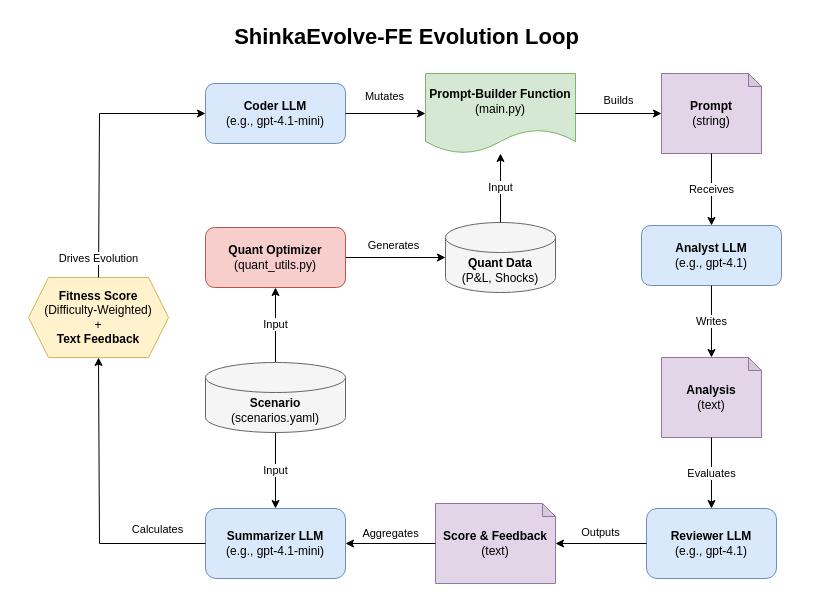
Above: examples/nikkei_shock/outputs/ShinkaEvolve-FE_Workflow.drawio in naokishibuya/ShinkaEvolve-FE (draw.io), before the change. Source tidied: cells renumbered, new cells numbered last; positions are measured from the earlier drawing's top-left corner, leaving out a move shared by most shapes. Both pictures are drawn from the tidied source at 100%, with x=0, y=0 at pixel (17, 17).
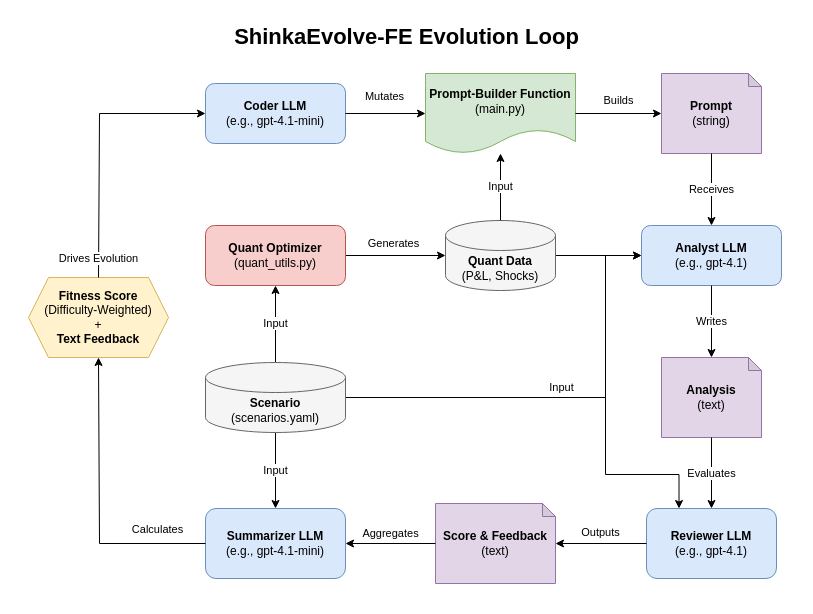
Above is the later version.

Commit message (it also covers changes not shown here):
update workflow diagram

The change refers to these unchanged cells:
```xml
<mxCell id="7" value="&lt;b&gt;Analyst LLM&lt;/b&gt;&lt;div&gt;(e.g., gpt-4.1)&lt;/div&gt;" style="rounded=1;whiteSpace=wrap;html=1;fillColor=#dae8fc;strokeColor=#6c8ebf;" parent="1" vertex="1">
  <mxGeometry x="624" y="208" width="140" height="60" as="geometry" />
</mxCell>
<mxCell id="11" value="&lt;b&gt;Reviewer LLM&lt;/b&gt;&lt;div&gt;(e.g., gpt-4.1)&lt;/div&gt;" style="rounded=1;whiteSpace=wrap;html=1;fillColor=#dae8fc;strokeColor=#6c8ebf;" parent="1" vertex="1">
  <mxGeometry x="629" y="491" width="130" height="70" as="geometry" />
</mxCell>
<mxCell id="27" value="&lt;b&gt;Scenario&lt;/b&gt;&lt;div&gt;(scenarios.yaml)&lt;/div&gt;" style="shape=cylinder3;whiteSpace=wrap;html=1;boundedLbl=1;backgroundOutline=1;size=15;fillColor=#f5f5f5;strokeColor=#666666;" parent="1" vertex="1">
  <mxGeometry x="188" y="345" width="140" height="70" as="geometry" />
</mxCell>
```

What changed in the source:
```diff
@@
+    <mxCell id="25" value="&lt;font&gt;&lt;b&gt;ShinkaEvolve-FE Evolution Loop&lt;/b&gt;&lt;/font&gt;" style="rounded=0;whiteSpace=wrap;html=1;fillColor=none;strokeColor=none;strokeWidth=2;dashed=1;verticalAlign=top;fontSize=22;" parent="1" vertex="1">
+      <mxGeometry width="779" height="580" as="geometry" />
+    </mxCell>
@@
+    <mxCell id="28" style="edgeStyle=orthogonalEdgeStyle;rounded=0;jettySize=auto;html=1;exitX=1;exitY=0.5;exitDx=0;exitDy=0;exitPerimeter=0;entryX=0;entryY=0.5;entryDx=0;entryDy=0;" parent="1" edge="1" source="19" target="7">
+      <mxGeometry relative="1" as="geometry" />
+    </mxCell>
     <mxCell id="19" value="&lt;div&gt;&lt;b&gt;Quant Data&lt;/b&gt;&lt;/div&gt;&lt;div&gt;(P&amp;amp;L, Shocks)&lt;/div&gt;" style="shape=cylinder3;whiteSpace=wrap;html=1;boundedLbl=1;backgroundOutline=1;size=15;fillColor=#f5f5f5;strokeColor=#666666;" parent="1" vertex="1">
-      <mxGeometry x="428" y="205" width="110" height="70" as="geometry" />
+      <mxGeometry x="428" y="203" width="110" height="70" as="geometry" />
     </mxCell>
@@
-    <mxCell id="25" value="&lt;font&gt;&lt;b&gt;ShinkaEvolve-FE Evolution Loop&lt;/b&gt;&lt;/font&gt;" style="rounded=0;whiteSpace=wrap;html=1;fillColor=none;strokeColor=none;strokeWidth=2;dashed=1;verticalAlign=top;fontSize=22;" parent="1" vertex="1">
-      <mxGeometry width="779" height="580" as="geometry" />
-    </mxCell>
     <mxCell id="26" value="&lt;b&gt;Quant Optimizer&lt;/b&gt;&lt;div&gt;(quant_utils.py)&lt;/div&gt;" style="rounded=1;whiteSpace=wrap;html=1;fillColor=#f8cecc;strokeColor=#b85450;" parent="1" vertex="1">
-      <mxGeometry x="188" y="210" width="140" height="60" as="geometry" />
+      <mxGeometry x="188" y="208" width="140" height="60" as="geometry" />
     </mxCell>
+    <mxCell id="29" style="edgeStyle=orthogonalEdgeStyle;rounded=0;jettySize=auto;html=1;exitX=1;exitY=0.5;exitDx=0;exitDy=0;exitPerimeter=0;entryX=0;entryY=0.5;entryDx=0;entryDy=0;" parent="1" edge="1" source="27" target="7">
+      <mxGeometry relative="1" as="geometry">
+        <Array as="points">
+          <mxPoint x="588" y="380" />
+          <mxPoint x="588" y="238" />
+        </Array>
+      </mxGeometry>
+    </mxCell>
+    <mxCell id="30" value="Input" style="edgeLabel;html=1;align=center;verticalAlign=middle;" parent="29" vertex="1">
+      <mxGeometry x="-0.28" y="-1" relative="1" as="geometry">
+        <mxPoint x="57" y="-12" as="offset" />
+      </mxGeometry>
+    </mxCell>
+    <mxCell id="31" style="edgeStyle=orthogonalEdgeStyle;rounded=0;jettySize=auto;html=1;exitX=1;exitY=0.5;exitDx=0;exitDy=0;exitPerimeter=0;entryX=0.25;entryY=0;entryDx=0;entryDy=0;" parent="1" edge="1" source="27" target="11">
+      <mxGeometry relative="1" as="geometry">
+        <Array as="points">
+          <mxPoint x="588" y="380" />
+          <mxPoint x="588" y="457" />
+          <mxPoint x="662" y="457" />
+        </Array>
+      </mxGeometry>
+    </mxCell>
```
